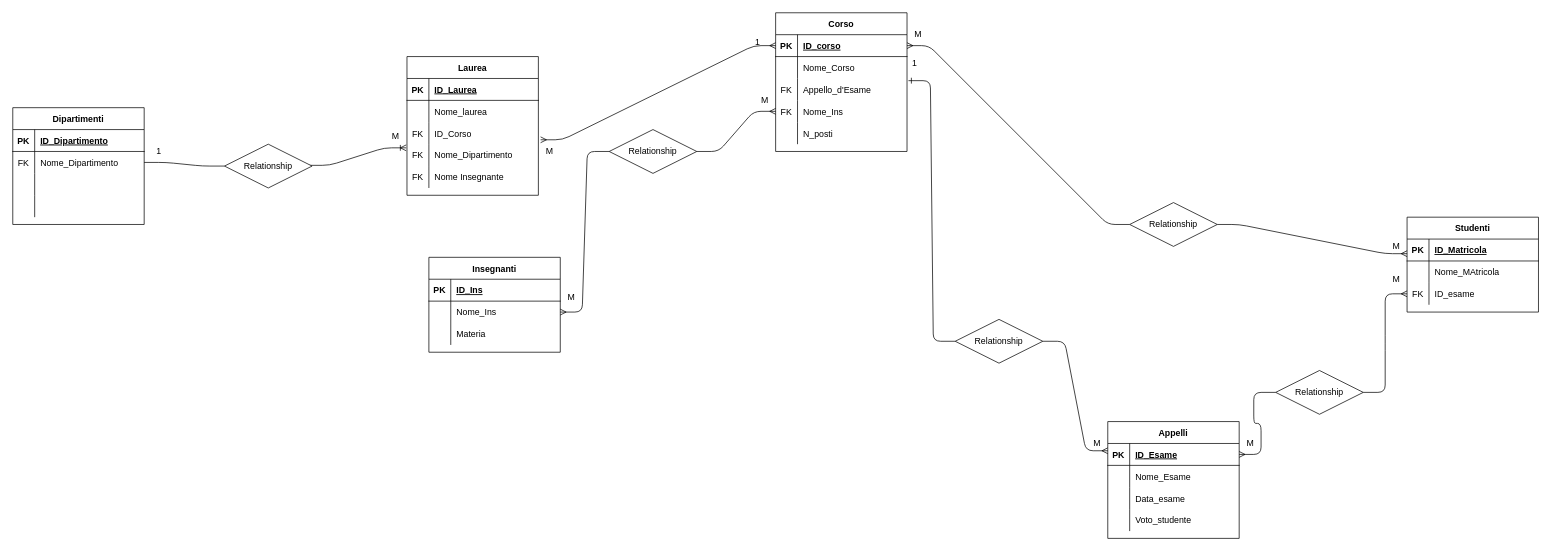
PaoloPascucci/db-university keeps this draw.io diagram as University.drawio. Above is the earlier version. Source tidied: cells renumbered, new cells numbered last; positions are measured from the earlier drawing's top-left corner, leaving out a move shared by most shapes. Both pictures are drawn from the tidied source at 73%, with x=0, y=0 at pixel (12, 12).
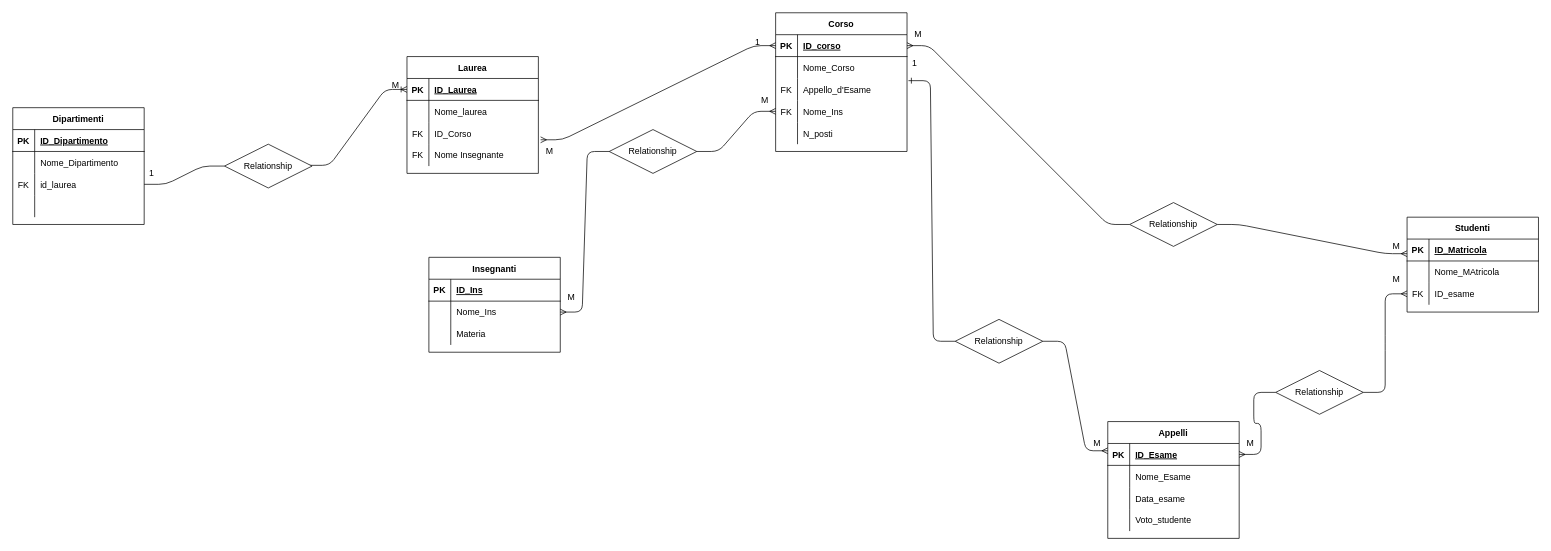
Above is the later version.

Unchanged cells that the change refers to:
```xml
<mxCell id="3" style="shape=partialRectangle;fillColor=none;top=0;left=0;bottom=1;right=0;points=[[0,0.5],[1,0.5]];portConstraint=eastwest;" parent="2" vertex="1">
  <mxGeometry y="30" width="180" height="30" as="geometry" />
</mxCell>
<mxCell id="22" style="shape=partialRectangle;fillColor=none;top=0;left=0;bottom=0;right=0;points=[[0,0.5],[1,0.5]];portConstraint=eastwest;" parent="18" vertex="1">
  <mxGeometry y="60" width="180" height="30" as="geometry" />
</mxCell>
<mxCell id="25" style="shape=partialRectangle;fillColor=none;top=0;left=0;bottom=0;right=0;points=[[0,0.5],[1,0.5]];portConstraint=eastwest;" parent="18" vertex="1">
  <mxGeometry y="90" width="180" height="30" as="geometry" />
</mxCell>
<mxCell id="32" value="Relationship" style="shape=rhombus;perimeter=rhombusPerimeter;whiteSpace=wrap;html=1;align=center;" parent="1" vertex="1">
  <mxGeometry x="290" y="180" width="120" height="60" as="geometry" />
</mxCell>
```

What changed in the source:
```diff
@@
     <mxCell id="2" value="Laurea" style="shape=table;startSize=30;childLayout=tableLayout;rowLines=0;fontStyle=1;align=center;" parent="1" vertex="1">
-      <mxGeometry x="540" y="60" width="180" height="190" as="geometry" />
+      <mxGeometry x="540" y="60" width="180" height="160" as="geometry" />
     </mxCell>
@@
-    <mxCell id="12" style="shape=partialRectangle;fillColor=none;top=0;left=0;bottom=0;right=0;points=[[0,0.5],[1,0.5]];portConstraint=eastwest;" parent="2" vertex="1">
-      <mxGeometry y="120" width="180" height="30" as="geometry" />
-    </mxCell>
-    <mxCell id="13" value="FK" style="shape=partialRectangle;fillColor=none;top=0;left=0;bottom=0;right=0;overflow=hidden;" parent="12" vertex="1">
-      <mxGeometry width="30" height="30" as="geometry" />
-    </mxCell>
-    <mxCell id="14" value="Nome_Dipartimento" style="shape=partialRectangle;fillColor=none;top=0;left=0;bottom=0;right=0;align=left;spacingLeft=6;overflow=hidden;" parent="12" vertex="1">
-      <mxGeometry x="30" width="150" height="30" as="geometry" />
-    </mxCell>
     <mxCell id="15" style="shape=partialRectangle;fillColor=none;top=0;left=0;bottom=0;right=0;" parent="2" vertex="1">
-      <mxGeometry y="150" width="180" height="30" as="geometry" />
+      <mxGeometry y="120" width="180" height="30" as="geometry" />
     </mxCell>
@@
-    <mxCell id="23" value="FK" style="shape=partialRectangle;fillColor=none;top=0;left=0;bottom=0;right=0;overflow=hidden;" parent="22" vertex="1">
+    <mxCell id="23" style="shape=partialRectangle;fillColor=none;top=0;left=0;bottom=0;right=0;overflow=hidden;" parent="22" vertex="1">
       <mxGeometry width="30" height="30" as="geometry" />
     </mxCell>
@@
-    <mxCell id="26" style="shape=partialRectangle;fillColor=none;top=0;left=0;bottom=0;right=0;overflow=hidden;" parent="25" vertex="1">
+    <mxCell id="26" value="FK" style="shape=partialRectangle;fillColor=none;top=0;left=0;bottom=0;right=0;overflow=hidden;" parent="25" vertex="1">
       <mxGeometry width="30" height="30" as="geometry" />
     </mxCell>
-    <mxCell id="27" style="shape=partialRectangle;fillColor=none;top=0;left=0;bottom=0;right=0;align=left;spacingLeft=6;overflow=hidden;" parent="25" vertex="1">
+    <mxCell id="27" value="id_laurea" style="shape=partialRectangle;fillColor=none;top=0;left=0;bottom=0;right=0;align=left;spacingLeft=6;overflow=hidden;" parent="25" vertex="1">
       <mxGeometry x="30" width="150" height="30" as="geometry" />
     </mxCell>
@@
-    <mxCell id="31" style="edgeStyle=entityRelationEdgeStyle;fontSize=12;html=1;endArrow=ERoneToMany;exitX=0.95;exitY=0.483;exitDx=0;exitDy=0;startArrow=none;exitPerimeter=0;entryX=-0.006;entryY=0.167;entryDx=0;entryDy=0;entryPerimeter=0;" parent="1" edge="1" source="32" target="12">
+    <mxCell id="31" style="edgeStyle=entityRelationEdgeStyle;fontSize=12;html=1;endArrow=ERoneToMany;exitX=0.95;exitY=0.483;exitDx=0;exitDy=0;startArrow=none;exitPerimeter=0;entryX=0;entryY=0.5;entryDx=0;entryDy=0;" parent="1" edge="1" source="32" target="3">
       <mxGeometry relative="1" as="geometry" />
     </mxCell>
@@
-    <mxCell id="33" style="edgeStyle=entityRelationEdgeStyle;fontSize=12;html=1;endArrow=none;entryX=0;entryY=0.5;entryDx=0;entryDy=0;exitX=1;exitY=0.5;exitDx=0;exitDy=0;" parent="1" edge="1" source="22" target="32">
+    <mxCell id="33" style="edgeStyle=entityRelationEdgeStyle;fontSize=12;html=1;endArrow=none;entryX=0;entryY=0.5;entryDx=0;entryDy=0;exitX=1;exitY=0.5;exitDx=0;exitDy=0;" parent="1" edge="1" source="25" target="32">
       <mxGeometry relative="1" as="geometry" />
     </mxCell>
@@
     <mxCell id="99" value="M" style="text;html=1;align=center;verticalAlign=middle;strokeColor=none;" parent="1" vertex="1">
-      <mxGeometry x="509" y="160" width="30" height="20" as="geometry" />
+      <mxGeometry x="509" y="90" width="30" height="20" as="geometry" />
     </mxCell>
@@
     <mxCell id="107" value="1" style="text;html=1;align=center;verticalAlign=middle;strokeColor=none;" parent="1" vertex="1">
-      <mxGeometry x="190" y="180" width="20" height="20" as="geometry" />
+      <mxGeometry x="180" y="210" width="20" height="20" as="geometry" />
     </mxCell>
```
